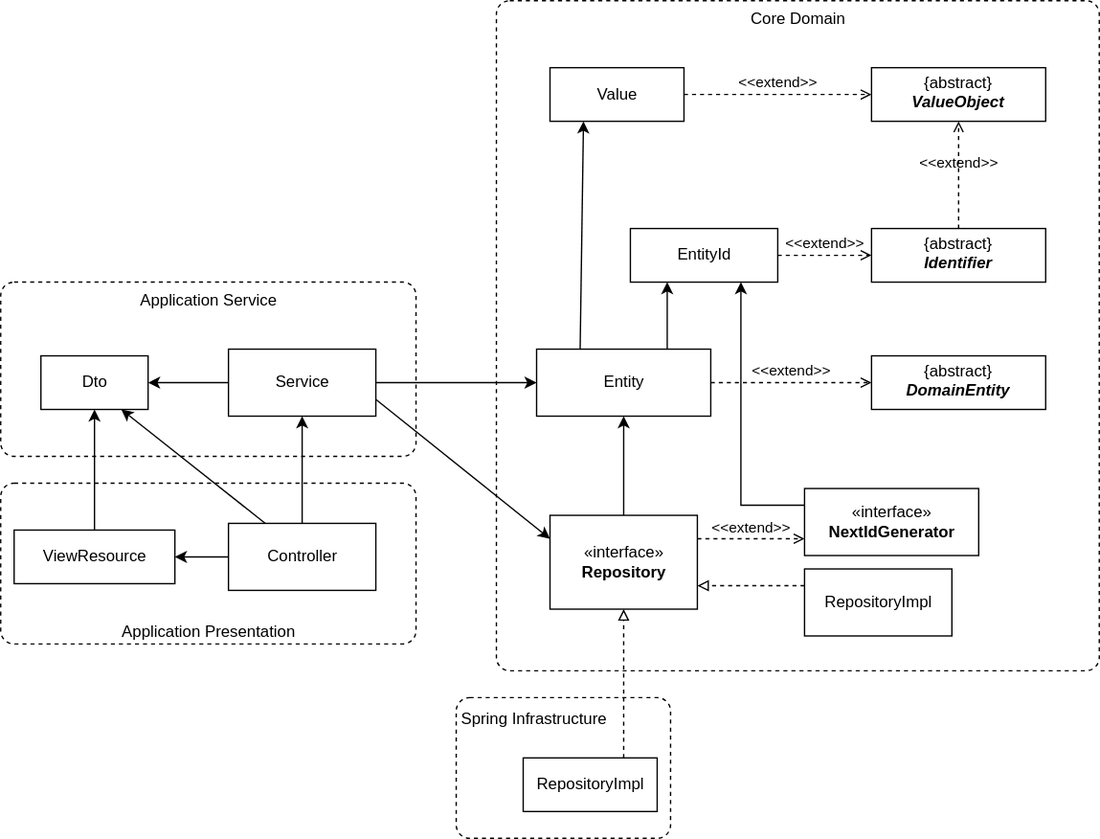
The draw.io diagram doc/architecture.drawio.svg in cma2819/rta-mod-marathon, before a commit. Source tidied: cells renumbered, new cells last; positions are measured from the earlier drawing's top-left corner, leaving out a move shared by most shapes. Its diagram source:
```xml
<mxGraphModel>
  <root>
    <mxCell id="0" />
    <mxCell id="1" parent="0" />
    <mxCell id="2" value="Application Presentation" style="html=1;align=center;verticalAlign=bottom;rounded=1;absoluteArcSize=1;arcSize=20;dashed=1;" parent="1" vertex="1">
      <mxGeometry y="360" width="310" height="120" as="geometry" />
    </mxCell>
    <mxCell id="3" value="Application Service" style="html=1;align=center;verticalAlign=top;rounded=1;absoluteArcSize=1;arcSize=20;dashed=1;" parent="1" vertex="1">
      <mxGeometry y="210" width="310" height="130" as="geometry" />
    </mxCell>
    <mxCell id="4" style="group;" parent="1" vertex="1">
      <mxGeometry x="310" y="520" width="190" height="105" as="geometry" />
    </mxCell>
    <mxCell id="5" value="Spring Infrastructure" style="html=1;align=left;verticalAlign=top;rounded=1;absoluteArcSize=1;arcSize=20;dashed=1;spacing=4;" parent="4" vertex="1">
      <mxGeometry x="30" width="160" height="105" as="geometry" />
    </mxCell>
    <mxCell id="6" value="RepositoryImpl" style="html=1;" parent="4" vertex="1">
      <mxGeometry x="80" y="45" width="100" height="40" as="geometry" />
    </mxCell>
    <mxCell id="7" value="Core Domain" style="html=1;align=center;verticalAlign=top;rounded=1;absoluteArcSize=1;arcSize=20;dashed=1;" parent="1" vertex="1">
      <mxGeometry x="370" width="450" height="500" as="geometry" />
    </mxCell>
    <mxCell id="8" style="edgeStyle=orthogonalEdgeStyle;rounded=0;jettySize=auto;html=1;exitX=0.5;exitY=0;exitDx=0;exitDy=0;entryX=0.5;entryY=1;entryDx=0;entryDy=0;endArrow=classic;endFill=1;" parent="1" edge="1" source="9" target="16">
      <mxGeometry relative="1" as="geometry" />
    </mxCell>
    <mxCell id="9" value="«interface»&lt;br&gt;&lt;b&gt;Repository&lt;/b&gt;" style="html=1;" parent="1" vertex="1">
      <mxGeometry x="410" y="384" width="110" height="70" as="geometry" />
    </mxCell>
    <mxCell id="10" value="&lt;p style=&quot;margin: 5px&quot;&gt;{abstract}&lt;br&gt;&lt;b&gt;&lt;i&gt;DomainEntity&lt;/i&gt;&lt;/b&gt;&lt;/p&gt;" style="shape=rect;html=1;overflow=fill;whiteSpace=wrap;align=center;" parent="1" vertex="1">
      <mxGeometry x="650" y="265" width="130" height="40" as="geometry" />
    </mxCell>
    <mxCell id="11" value="&lt;p style=&quot;margin: 5px&quot;&gt;{abstract}&lt;br&gt;&lt;b&gt;&lt;i&gt;ValueObject&lt;/i&gt;&lt;/b&gt;&lt;/p&gt;" style="shape=rect;html=1;overflow=fill;whiteSpace=wrap;align=center;" parent="1" vertex="1">
      <mxGeometry x="650" y="50" width="130" height="40" as="geometry" />
    </mxCell>
    <mxCell id="12" value="&amp;lt;&amp;lt;extend&amp;gt;&amp;gt;" style="html=1;verticalAlign=bottom;labelBackgroundColor=none;endArrow=open;endFill=0;dashed=1;entryX=0.5;entryY=1;entryDx=0;entryDy=0;exitX=0.5;exitY=0;exitDx=0;exitDy=0;edgeStyle=orthogonalEdgeStyle;" parent="1" edge="1" source="13" target="11">
      <mxGeometry relative="1" as="geometry" />
    </mxCell>
    <mxCell id="13" value="&lt;p style=&quot;margin: 5px&quot;&gt;{abstract}&lt;br&gt;&lt;b&gt;&lt;i&gt;Identifier&lt;/i&gt;&lt;/b&gt;&lt;/p&gt;" style="shape=rect;html=1;overflow=fill;whiteSpace=wrap;align=center;" parent="1" vertex="1">
      <mxGeometry x="650" y="170" width="130" height="40" as="geometry" />
    </mxCell>
    <mxCell id="14" style="rounded=0;jettySize=auto;html=1;exitX=0.75;exitY=0;exitDx=0;exitDy=0;entryX=0.25;entryY=1;entryDx=0;entryDy=0;endArrow=classic;endFill=1;" parent="1" edge="1" source="16" target="20">
      <mxGeometry relative="1" as="geometry" />
    </mxCell>
    <mxCell id="15" style="rounded=0;jettySize=auto;html=1;exitX=0.25;exitY=0;exitDx=0;exitDy=0;entryX=0.25;entryY=1;entryDx=0;entryDy=0;endArrow=classic;endFill=1;" parent="1" edge="1" source="16" target="18">
      <mxGeometry relative="1" as="geometry" />
    </mxCell>
    <mxCell id="16" value="Entity" style="html=1;" parent="1" vertex="1">
      <mxGeometry x="400" y="260" width="130" height="50" as="geometry" />
    </mxCell>
    <mxCell id="17" value="&amp;lt;&amp;lt;extend&amp;gt;&amp;gt;" style="html=1;verticalAlign=bottom;labelBackgroundColor=none;endArrow=open;endFill=0;dashed=1;entryX=0;entryY=0.5;entryDx=0;entryDy=0;" parent="1" edge="1" source="16" target="10">
      <mxGeometry relative="1" as="geometry" />
    </mxCell>
    <mxCell id="18" value="Value" style="html=1;" parent="1" vertex="1">
      <mxGeometry x="410" y="50" width="100" height="40" as="geometry" />
    </mxCell>
    <mxCell id="19" value="&amp;lt;&amp;lt;extend&amp;gt;&amp;gt;" style="html=1;verticalAlign=bottom;labelBackgroundColor=none;endArrow=open;endFill=0;dashed=1;entryX=0;entryY=0.5;entryDx=0;entryDy=0;exitX=1;exitY=0.5;exitDx=0;exitDy=0;edgeStyle=orthogonalEdgeStyle;" parent="1" edge="1" source="18" target="11">
      <mxGeometry relative="1" as="geometry" />
    </mxCell>
    <mxCell id="20" value="EntityId" style="html=1;" parent="1" vertex="1">
      <mxGeometry x="470" y="170" width="110" height="40" as="geometry" />
    </mxCell>
    <mxCell id="21" value="&amp;lt;&amp;lt;extend&amp;gt;&amp;gt;" style="html=1;verticalAlign=bottom;labelBackgroundColor=none;endArrow=open;endFill=0;dashed=1;entryX=0;entryY=0.5;entryDx=0;entryDy=0;exitX=1;exitY=0.5;exitDx=0;exitDy=0;edgeStyle=orthogonalEdgeStyle;" parent="1" edge="1" source="20" target="13">
      <mxGeometry relative="1" as="geometry" />
    </mxCell>
    <mxCell id="22" style="edgeStyle=orthogonalEdgeStyle;rounded=0;jettySize=auto;html=1;exitX=0.75;exitY=0;exitDx=0;exitDy=0;entryX=0.5;entryY=1;entryDx=0;entryDy=0;dashed=1;endArrow=block;endFill=0;" parent="1" edge="1" source="6" target="9">
      <mxGeometry relative="1" as="geometry" />
    </mxCell>
    <mxCell id="23" style="edgeStyle=orthogonalEdgeStyle;rounded=0;jettySize=auto;html=1;exitX=0;exitY=0.25;exitDx=0;exitDy=0;entryX=0.75;entryY=1;entryDx=0;entryDy=0;endArrow=classic;endFill=1;" parent="1" edge="1" source="30" target="20">
      <mxGeometry relative="1" as="geometry" />
    </mxCell>
    <mxCell id="24" style="edgeStyle=orthogonalEdgeStyle;rounded=0;jettySize=auto;html=1;exitX=1;exitY=0.5;exitDx=0;exitDy=0;entryX=0;entryY=0.5;entryDx=0;entryDy=0;endArrow=classic;endFill=1;" parent="1" edge="1" source="27" target="16">
      <mxGeometry relative="1" as="geometry" />
    </mxCell>
    <mxCell id="25" style="rounded=0;jettySize=auto;html=1;exitX=1;exitY=0.75;exitDx=0;exitDy=0;entryX=0;entryY=0.25;entryDx=0;entryDy=0;" parent="1" edge="1" source="27" target="9">
      <mxGeometry relative="1" as="geometry" />
    </mxCell>
    <mxCell id="26" style="edgeStyle=none;rounded=0;jettySize=auto;html=1;exitX=0;exitY=0.5;exitDx=0;exitDy=0;entryX=1;entryY=0.5;entryDx=0;entryDy=0;" parent="1" edge="1" source="27" target="32">
      <mxGeometry relative="1" as="geometry" />
    </mxCell>
    <mxCell id="27" value="Service" style="html=1;" parent="1" vertex="1">
      <mxGeometry x="170" y="260" width="110" height="50" as="geometry" />
    </mxCell>
    <mxCell id="28" style="rounded=0;jettySize=auto;html=1;exitX=0;exitY=0.25;exitDx=0;exitDy=0;entryX=1;entryY=0.75;entryDx=0;entryDy=0;endArrow=block;endFill=0;dashed=1;" parent="1" edge="1" source="29" target="9">
      <mxGeometry relative="1" as="geometry" />
    </mxCell>
    <mxCell id="29" value="RepositoryImpl" style="html=1;" parent="1" vertex="1">
      <mxGeometry x="600" y="424" width="110" height="50" as="geometry" />
    </mxCell>
    <mxCell id="30" value="«interface»&lt;br&gt;&lt;b&gt;NextIdGenerator&lt;/b&gt;" style="html=1;" parent="1" vertex="1">
      <mxGeometry x="600" y="364" width="130" height="50" as="geometry" />
    </mxCell>
    <mxCell id="31" value="&amp;lt;&amp;lt;extend&amp;gt;&amp;gt;" style="html=1;verticalAlign=bottom;labelBackgroundColor=none;endArrow=open;endFill=0;dashed=1;entryX=0;entryY=0.75;entryDx=0;entryDy=0;exitX=1;exitY=0.25;exitDx=0;exitDy=0;" parent="1" edge="1" source="9" target="30">
      <mxGeometry relative="1" as="geometry" />
    </mxCell>
    <mxCell id="32" value="Dto" style="html=1;" parent="1" vertex="1">
      <mxGeometry x="30" y="265" width="80" height="40" as="geometry" />
    </mxCell>
    <mxCell id="33" style="edgeStyle=none;rounded=0;jettySize=auto;html=1;entryX=0.5;entryY=1;entryDx=0;entryDy=0;" parent="1" edge="1" source="36" target="27">
      <mxGeometry relative="1" as="geometry" />
    </mxCell>
    <mxCell id="34" style="edgeStyle=none;rounded=0;jettySize=auto;html=1;exitX=0.25;exitY=0;exitDx=0;exitDy=0;entryX=0.75;entryY=1;entryDx=0;entryDy=0;" parent="1" edge="1" source="36" target="32">
      <mxGeometry relative="1" as="geometry" />
    </mxCell>
    <mxCell id="35" style="edgeStyle=none;rounded=0;jettySize=auto;html=1;exitX=0;exitY=0.5;exitDx=0;exitDy=0;entryX=1;entryY=0.5;entryDx=0;entryDy=0;" parent="1" edge="1" source="36" target="38">
      <mxGeometry relative="1" as="geometry" />
    </mxCell>
    <mxCell id="36" value="Controller" style="html=1;" parent="1" vertex="1">
      <mxGeometry x="170" y="390" width="110" height="50" as="geometry" />
    </mxCell>
    <mxCell id="37" style="edgeStyle=none;rounded=0;jettySize=auto;html=1;exitX=0.5;exitY=0;exitDx=0;exitDy=0;entryX=0.5;entryY=1;entryDx=0;entryDy=0;" parent="1" edge="1" source="38" target="32">
      <mxGeometry relative="1" as="geometry" />
    </mxCell>
    <mxCell id="38" value="ViewResource" style="html=1;" parent="1" vertex="1">
      <mxGeometry x="10" y="395" width="120" height="40" as="geometry" />
    </mxCell>
  </root>
</mxGraphModel>
```
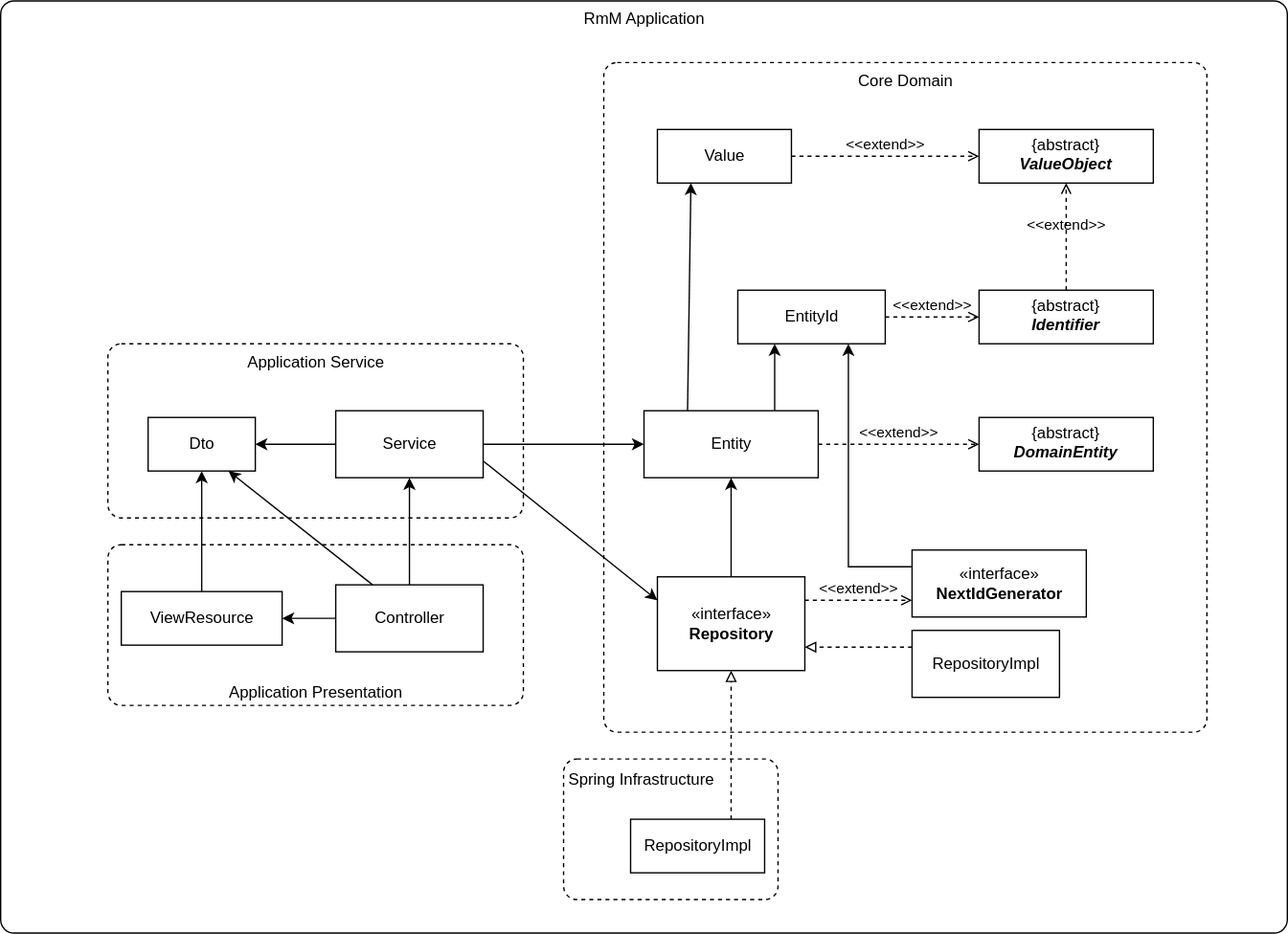
The same diagram one commit later.

Commit message:
update architecture diagram

The edit, as a diff of the source:
```diff
@@ -2,6 +2,9 @@
   <root>
     <mxCell id="0" />
     <mxCell id="1" parent="0" />
+    <mxCell id="39" value="RmM Application" style="html=1;align=center;verticalAlign=top;rounded=1;absoluteArcSize=1;arcSize=20;" parent="1" vertex="1">
+      <mxGeometry x="-80" y="-46" width="960" height="696" as="geometry" />
+    </mxCell>
     <mxCell id="2" value="Application Presentation" style="html=1;align=center;verticalAlign=bottom;rounded=1;absoluteArcSize=1;arcSize=20;dashed=1;" parent="1" vertex="1">
       <mxGeometry y="360" width="310" height="120" as="geometry" />
     </mxCell>
```
